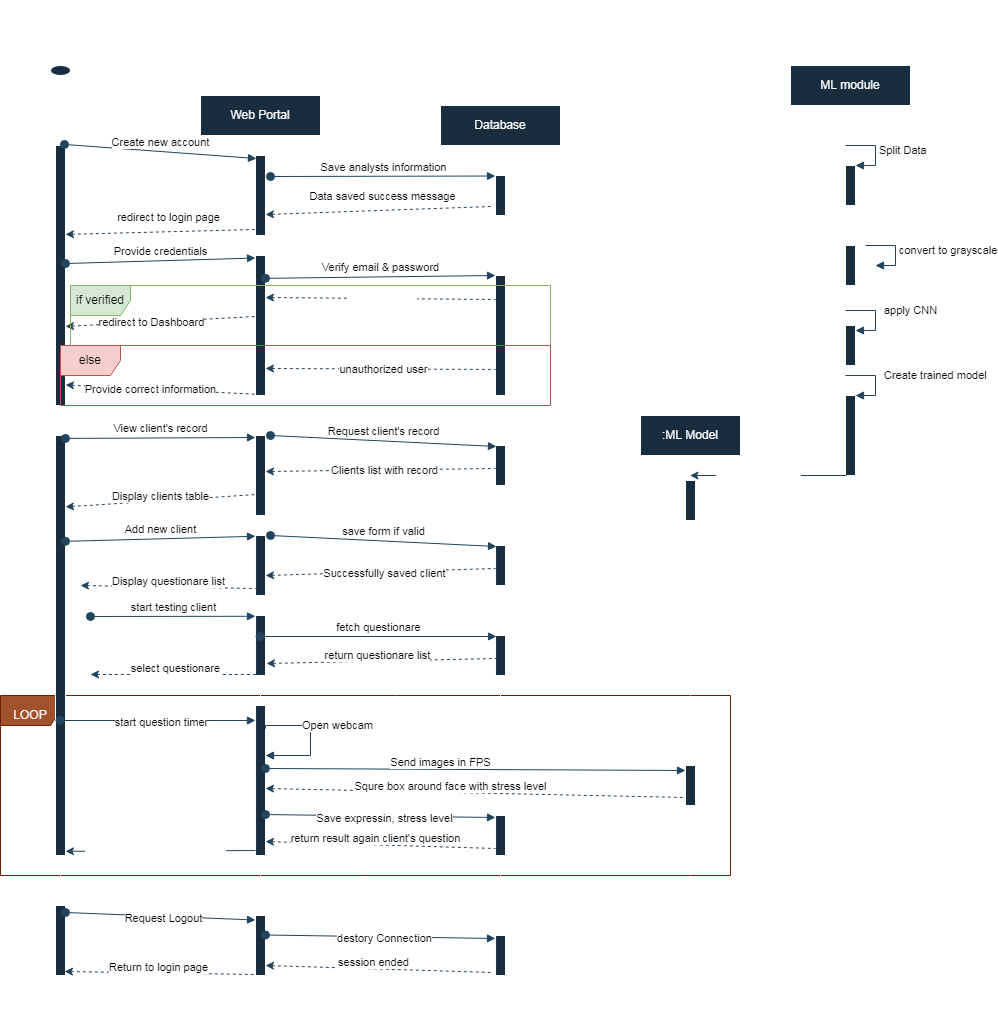
Before: system_sequence_GBSD.png, a diagram exported from draw.io (mabdulrafea101/sohaib_fyp_docs). Source tidied: cells renumbered, new cells last; positions are measured from the earlier drawing's top-left corner, leaving out a move shared by most shapes.
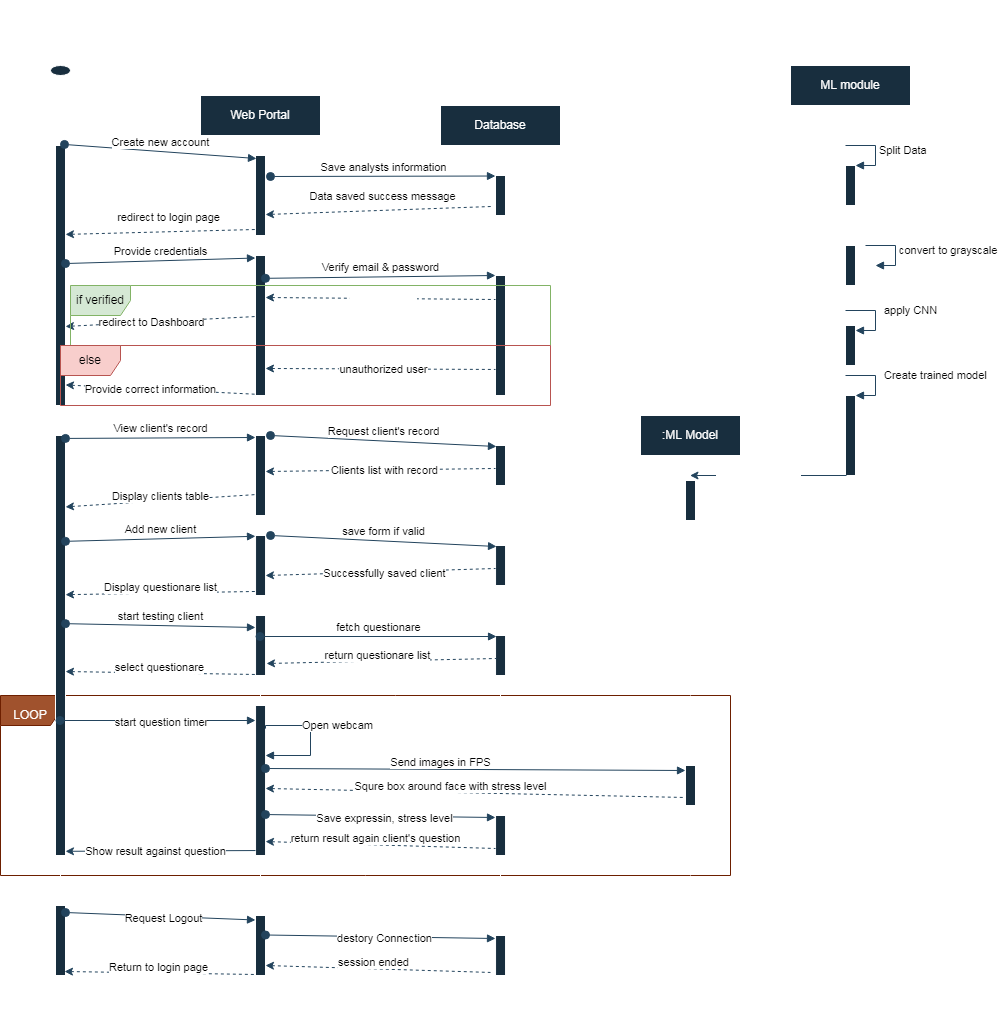
Later version of the same file.

The edit, as a diff of the source:
```diff
@@ -239,10 +239,8 @@
     <mxCell id="62" value="Add new client" style="html=1;verticalAlign=bottom;startArrow=oval;startFill=1;endArrow=block;startSize=8;rounded=1;sketch=0;strokeColor=#23445D;curved=0;exitX=1;exitY=0.252;exitDx=0;exitDy=0;exitPerimeter=0;entryX=-0.005;entryY=0.013;entryDx=0;entryDy=0;entryPerimeter=0;" parent="1" edge="1" source="14" target="7">
       <mxGeometry relative="1" as="geometry" />
     </mxCell>
-    <mxCell id="63" style="endArrow=none;dashed=1;html=1;rounded=1;sketch=0;strokeColor=#23445D;curved=0;startArrow=classic;startFill=1;entryX=-0.005;entryY=0.883;entryDx=0;entryDy=0;entryPerimeter=0;" parent="1" edge="1" target="7">
-      <mxGeometry relative="1" as="geometry">
-        <mxPoint x="80" y="580" as="sourcePoint" />
-      </mxGeometry>
+    <mxCell id="63" style="endArrow=none;dashed=1;html=1;rounded=1;sketch=0;strokeColor=#23445D;curved=0;startArrow=classic;startFill=1;entryX=-0.005;entryY=0.933;entryDx=0;entryDy=0;entryPerimeter=0;exitX=1;exitY=0.379;exitDx=0;exitDy=0;exitPerimeter=0;" parent="1" edge="1" source="14" target="7">
+      <mxGeometry relative="1" as="geometry" />
     </mxCell>
     <mxCell id="64" value="Display questionare list" style="edgeLabel;html=1;align=center;verticalAlign=middle;fontColor=#000000;" parent="63" vertex="1">
       <mxGeometry x="-0.2" y="-4" relative="1" as="geometry">
@@ -252,10 +250,8 @@
     <mxCell id="65" value="fetch questionare" style="html=1;verticalAlign=bottom;startArrow=oval;startFill=1;endArrow=block;startSize=8;rounded=1;sketch=0;strokeColor=#23445D;curved=0;entryX=0.1;entryY=0.025;entryDx=0;entryDy=0;entryPerimeter=0;fontColor=#000000;" parent="1" edge="1" source="3" target="28">
       <mxGeometry relative="1" as="geometry" />
     </mxCell>
-    <mxCell id="66" value="start testing client" style="html=1;verticalAlign=bottom;startArrow=oval;startFill=1;endArrow=block;startSize=8;rounded=1;sketch=0;strokeColor=#23445D;curved=0;entryX=-0.005;entryY=0.013;entryDx=0;entryDy=0;entryPerimeter=0;" parent="1" edge="1" target="8">
-      <mxGeometry relative="1" as="geometry">
-        <mxPoint x="90" y="611" as="sourcePoint" />
-      </mxGeometry>
+    <mxCell id="66" value="start testing client" style="html=1;verticalAlign=bottom;startArrow=oval;startFill=1;endArrow=block;startSize=8;rounded=1;sketch=0;strokeColor=#23445D;curved=0;entryX=-0.005;entryY=0.2;entryDx=0;entryDy=0;entryPerimeter=0;exitX=1;exitY=0.448;exitDx=0;exitDy=0;exitPerimeter=0;" parent="1" edge="1" source="14" target="8">
+      <mxGeometry relative="1" as="geometry" />
     </mxCell>
     <mxCell id="67" value="start question timer" style="html=1;verticalAlign=bottom;startArrow=oval;startFill=1;endArrow=block;startSize=8;rounded=1;sketch=0;strokeColor=#23445D;curved=0;entryX=-0.005;entryY=0.1;entryDx=0;entryDy=0;entryPerimeter=0;" parent="1" edge="1" source="12" target="9">
       <mxGeometry x="0.03" y="-11" relative="1" as="geometry">
@@ -270,10 +266,8 @@
         <mxPoint x="18" y="-10" as="offset" />
       </mxGeometry>
     </mxCell>
-    <mxCell id="70" style="endArrow=none;dashed=1;html=1;rounded=1;sketch=0;strokeColor=#23445D;curved=0;startArrow=classic;startFill=1;entryX=0.095;entryY=0.983;entryDx=0;entryDy=0;entryPerimeter=0;" parent="1" edge="1" target="8">
-      <mxGeometry relative="1" as="geometry">
-        <mxPoint x="90" y="669" as="sourcePoint" />
-      </mxGeometry>
+    <mxCell id="70" style="endArrow=none;dashed=1;html=1;rounded=1;sketch=0;strokeColor=#23445D;curved=0;startArrow=classic;startFill=1;entryX=0.095;entryY=0.983;entryDx=0;entryDy=0;entryPerimeter=0;exitX=1;exitY=0.562;exitDx=0;exitDy=0;exitPerimeter=0;" parent="1" edge="1" source="14" target="8">
+      <mxGeometry relative="1" as="geometry" />
     </mxCell>
     <mxCell id="71" value="select questionare" style="edgeLabel;html=1;align=center;verticalAlign=middle;fontColor=#000000;" parent="70" vertex="1">
       <mxGeometry x="-0.2" y="-4" relative="1" as="geometry">
@@ -309,7 +303,7 @@
     <mxCell id="77" style="endArrow=none;html=1;rounded=1;sketch=0;strokeColor=#23445D;elbow=vertical;startArrow=classic;startFill=1;entryX=-0.005;entryY=0.967;entryDx=0;entryDy=0;entryPerimeter=0;exitX=1;exitY=0.99;exitDx=0;exitDy=0;exitPerimeter=0;" parent="1" edge="1" source="14" target="9">
       <mxGeometry relative="1" as="geometry" />
     </mxCell>
-    <mxCell id="78" value="Show result against question" style="edgeLabel;html=1;align=center;verticalAlign=middle;fontColor=#FFFFFF;" parent="77" vertex="1">
+    <mxCell id="78" value="Show result against question" style="edgeLabel;html=1;align=center;verticalAlign=middle;fontColor=#000000;" parent="77" vertex="1">
       <mxGeometry x="0.24" y="-1" relative="1" as="geometry">
         <mxPoint x="-29" y="-1" as="offset" />
       </mxGeometry>
```
